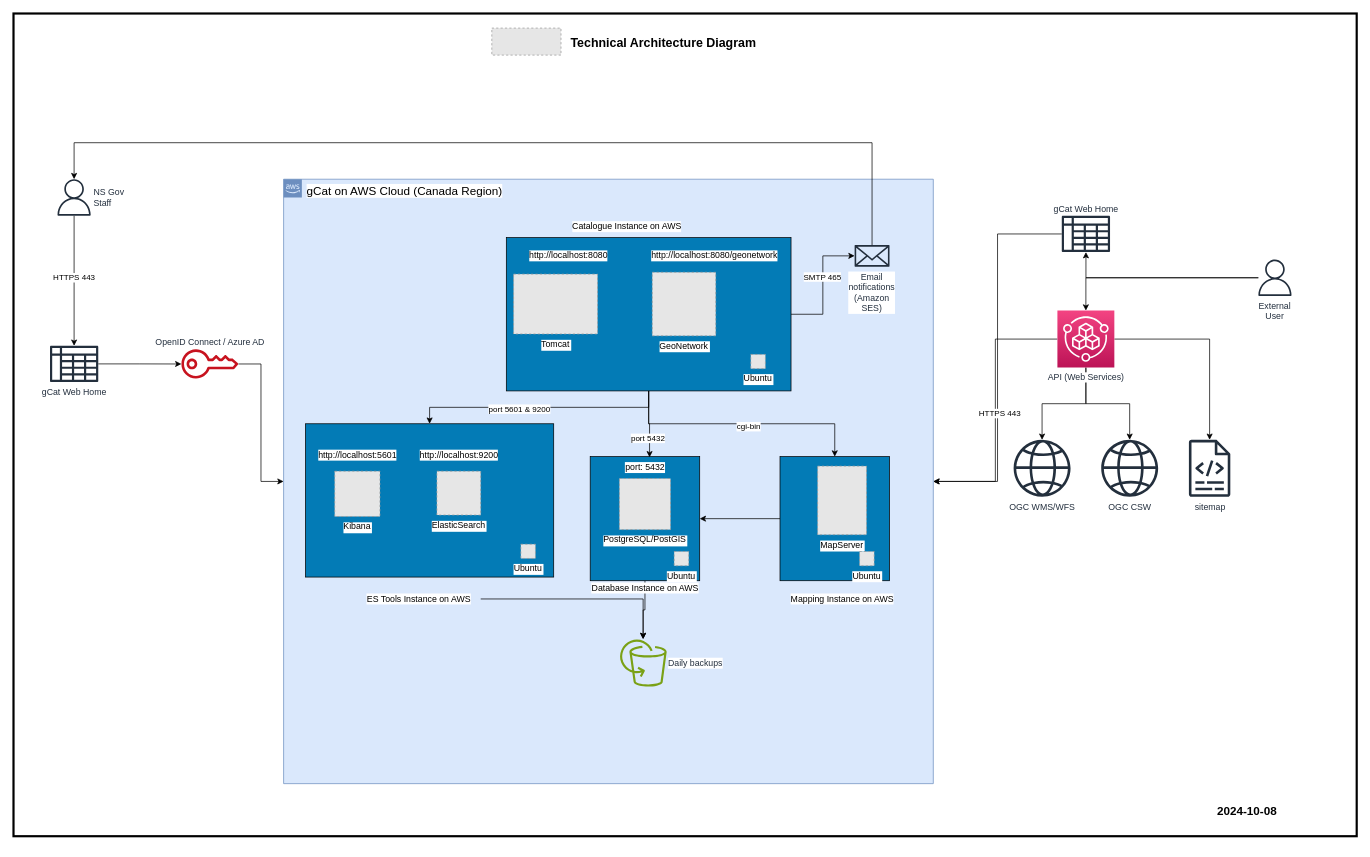
Earlier version of the draw.io diagram docs/architecture-diagrams/gCat-Technical-Architecture.drawio (GatewayGeo/gCat). Source tidied: cells renumbered, new cells numbered last; positions are measured from the earlier drawing's top-left corner, leaving out a move shared by most shapes. Both pictures are drawn from the tidied source at 73%, with x=0, y=0 at pixel (13, 13). Pictures stored in the file or linked from it are replaced by grey dashed boxes.
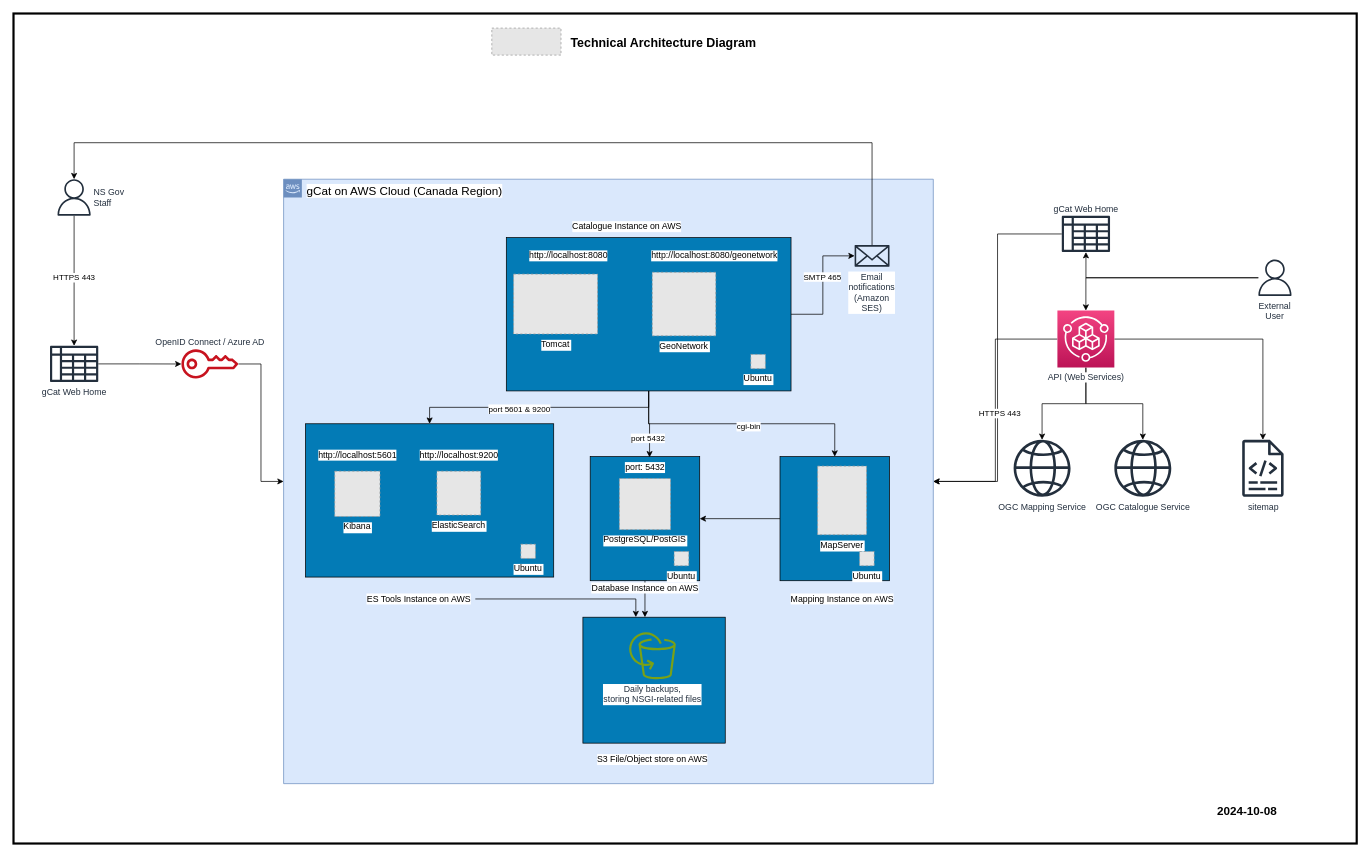
The same diagram, later.

Commit message (it also covers changes not shown here):
update Architecture diagrams

Unchanged cells that the change refers to:
```xml
<mxCell id="3" value="&lt;font style=&quot;font-size: 16px;&quot;&gt;gCat on AWS Cloud (Canada Region)&lt;/font&gt;" style="points=[[0,0],[0.25,0],[0.5,0],[0.75,0],[1,0],[1,0.25],[1,0.5],[1,0.75],[1,1],[0.75,1],[0.5,1],[0.25,1],[0,1],[0,0.75],[0,0.5],[0,0.25]];outlineConnect=0;html=1;whiteSpace=wrap;fontSize=12;fontStyle=0;shape=mxgraph.aws4.group;grIcon=mxgraph.aws4.group_aws_cloud_alt;strokeColor=#6c8ebf;fillColor=#dae8fc;verticalAlign=top;align=left;spacingLeft=30;dashed=0;labelBackgroundColor=#ffffff;" parent="1" vertex="1">
  <mxGeometry x="370" y="227" width="890" height="828" as="geometry" />
</mxCell>
<mxCell id="22" style="rounded=0;whiteSpace=wrap;html=1;fillColor=#037BB6;" parent="3" vertex="1">
  <mxGeometry x="420" y="380" width="150" height="170" as="geometry" />
</mxCell>
<mxCell id="29" value="&lt;div&gt;ES Tools Instance on AWS&lt;br&gt;&lt;/div&gt;" style="text;html=1;align=center;verticalAlign=middle;points=[];strokeColor=none;fillColor=none;shadow=0;labelBorderColor=none;textShadow=0;labelBackgroundColor=default;" parent="3" vertex="1">
  <mxGeometry x="100" y="560" width="170" height="30" as="geometry" />
</mxCell>
```

Change to the diagram source:
```diff
@@
+    <mxCell id="66" style="rounded=0;whiteSpace=wrap;html=1;fillColor=#037BB6;" parent="3" vertex="1">
+      <mxGeometry x="410" y="600" width="195" height="172.5" as="geometry" />
+    </mxCell>
@@
-    <mxCell id="21" style="edgeStyle=orthogonalEdgeStyle;rounded=0;jettySize=auto;html=1;" parent="3" edge="1" source="22" target="34">
-      <mxGeometry relative="1" as="geometry" />
-    </mxCell>
+    <mxCell id="67" style="edgeStyle=orthogonalEdgeStyle;rounded=0;jettySize=auto;html=1;" parent="3" edge="1" source="22">
+      <mxGeometry relative="1" as="geometry">
+        <mxPoint x="495" y="600" as="targetPoint" />
+      </mxGeometry>
+    </mxCell>
@@
-    <mxCell id="28" style="edgeStyle=orthogonalEdgeStyle;rounded=0;jettySize=auto;html=1;" parent="3" edge="1" source="29" target="34">
-      <mxGeometry relative="1" as="geometry" />
-    </mxCell>
@@
-    <mxCell id="34" value="Daily backups" style="sketch=0;outlineConnect=0;fontColor=#232F3E;gradientColor=none;fillColor=#7AA116;strokeColor=none;dashed=0;verticalLabelPosition=middle;verticalAlign=middle;align=left;html=1;fontSize=12;fontStyle=0;shape=mxgraph.aws4.backup_aws_backup_support_for_amazon_s3;labelPosition=right;labelBackgroundColor=default;" parent="3" vertex="1">
-      <mxGeometry x="460" y="630" width="65" height="65" as="geometry" />
+    <mxCell id="34" value="Daily backups,&lt;br&gt;storing NSGI-related files" style="sketch=0;outlineConnect=0;fontColor=#232F3E;gradientColor=none;fillColor=#7AA116;strokeColor=none;dashed=0;verticalLabelPosition=bottom;verticalAlign=top;align=center;html=1;fontSize=12;fontStyle=0;shape=mxgraph.aws4.backup_aws_backup_support_for_amazon_s3;labelPosition=center;labelBackgroundColor=default;" parent="3" vertex="1">
+      <mxGeometry x="472.5" y="620" width="65" height="65" as="geometry" />
     </mxCell>
@@
+    <mxCell id="68" value="&lt;div&gt;S3 File/Object store on AWS&lt;br&gt;&lt;/div&gt;" style="text;html=1;align=center;verticalAlign=middle;strokeColor=none;fillColor=none;shadow=0;labelBorderColor=none;textShadow=0;labelBackgroundColor=default;" parent="3" vertex="1">
+      <mxGeometry x="415" y="780" width="180" height="30" as="geometry" />
+    </mxCell>
+    <mxCell id="69" style="edgeStyle=orthogonalEdgeStyle;rounded=0;orthogonalLoop=1;jettySize=auto;html=1;entryX=0.41;entryY=0;entryDx=0;entryDy=0;entryPerimeter=0;" parent="3" edge="1">
+      <mxGeometry relative="1" as="geometry">
+        <mxPoint x="262.6" y="575" as="sourcePoint" />
+        <mxPoint x="482.5" y="599.9" as="targetPoint" />
+        <Array as="points">
+          <mxPoint x="482.6" y="574.9" />
+        </Array>
+      </mxGeometry>
+    </mxCell>
     <mxCell id="40" style="rounded=0;whiteSpace=wrap;html=1;fillColor=none;strokeWidth=3;" parent="1" vertex="1">
-      <mxGeometry width="1840" height="1127" as="geometry" />
+      <mxGeometry width="1840" height="1137" as="geometry" />
     </mxCell>
@@
-    <mxCell id="50" value="OGC CSW" style="sketch=0;outlineConnect=0;fontColor=#232F3E;gradientColor=none;fillColor=#232F3D;strokeColor=none;dashed=0;verticalLabelPosition=bottom;verticalAlign=top;align=center;html=1;fontSize=12;fontStyle=0;shape=mxgraph.aws4.globe;labelBackgroundColor=default;" parent="1" vertex="1">
-      <mxGeometry x="1490" y="584" width="78" height="78" as="geometry" />
+    <mxCell id="50" value="OGC Catalogue Service" style="sketch=0;outlineConnect=0;fontColor=#232F3E;gradientColor=none;fillColor=#232F3D;strokeColor=none;dashed=0;verticalLabelPosition=bottom;verticalAlign=top;align=center;html=1;fontSize=12;fontStyle=0;shape=mxgraph.aws4.globe;labelBackgroundColor=default;" parent="1" vertex="1">
+      <mxGeometry x="1508" y="584" width="78" height="78" as="geometry" />
     </mxCell>
@@
-    <mxCell id="52" value="OGC WMS/WFS" style="sketch=0;outlineConnect=0;fontColor=#232F3E;gradientColor=none;fillColor=#232F3D;strokeColor=none;dashed=0;verticalLabelPosition=bottom;verticalAlign=top;align=center;html=1;fontSize=12;fontStyle=0;shape=mxgraph.aws4.globe;labelBackgroundColor=default;" parent="1" vertex="1">
+    <mxCell id="52" value="OGC Mapping Service" style="sketch=0;outlineConnect=0;fontColor=#232F3E;gradientColor=none;fillColor=#232F3D;strokeColor=none;dashed=0;verticalLabelPosition=bottom;verticalAlign=top;align=center;html=1;fontSize=12;fontStyle=0;shape=mxgraph.aws4.globe;labelBackgroundColor=default;" parent="1" vertex="1">
       <mxGeometry x="1370" y="584" width="78" height="78" as="geometry" />
     </mxCell>
@@
     <mxCell id="62" value="sitemap" style="sketch=0;outlineConnect=0;fontColor=#232F3E;gradientColor=none;fillColor=#232F3D;strokeColor=none;dashed=0;verticalLabelPosition=bottom;verticalAlign=top;align=center;html=1;fontSize=12;fontStyle=0;shape=mxgraph.aws4.logs;labelPosition=center;" parent="1" vertex="1">
-      <mxGeometry x="1610" y="584" width="57" height="78" as="geometry" />
+      <mxGeometry x="1683" y="584" width="57" height="78" as="geometry" />
     </mxCell>
```
